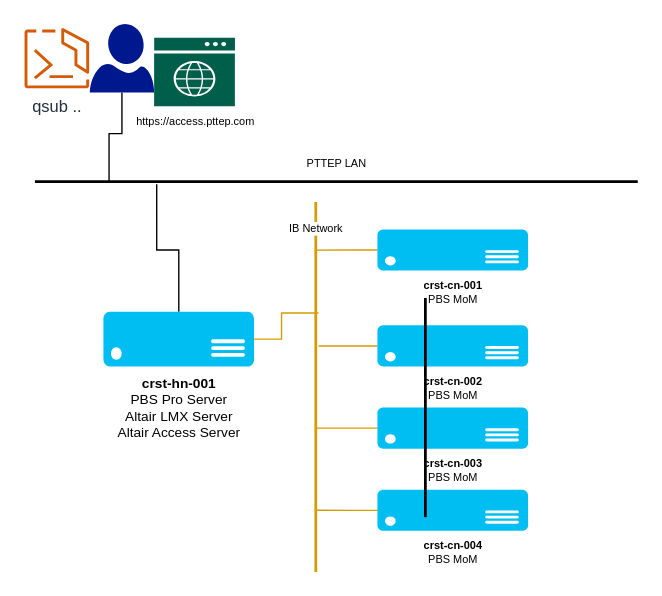
doddam-manjunath/diagram_io keeps this draw.io diagram as PTTEP.drawio. Above is the earlier version. Source tidied: cells renumbered, new cells numbered last; positions are measured from the earlier drawing's top-left corner, leaving out a move shared by most shapes. Both pictures are drawn from the tidied source at 137%, with x=0, y=0 at pixel (23, 23).
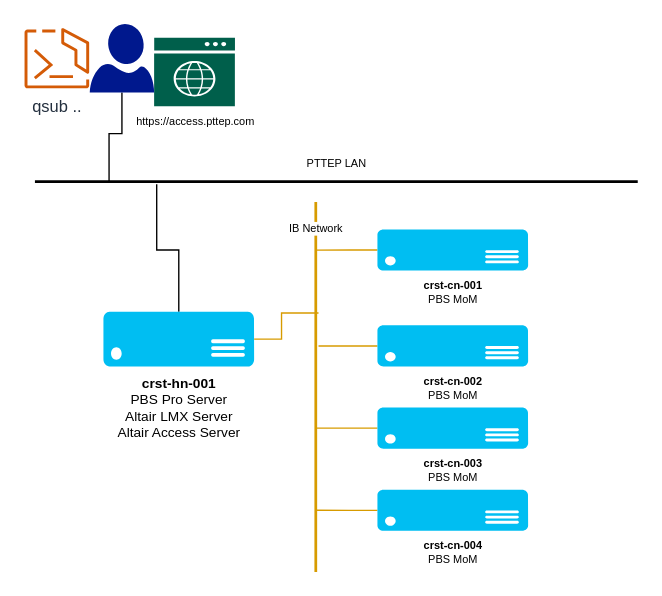
The same diagram, later.

The edit, as a diff of the source:
```diff
@@
-    <mxCell id="20" style="line;strokeWidth=2;direction=south;html=1;fontSize=8;" parent="1" vertex="1">
-      <mxGeometry x="288" y="200" width="10" height="160" as="geometry" />
-    </mxCell>
```
